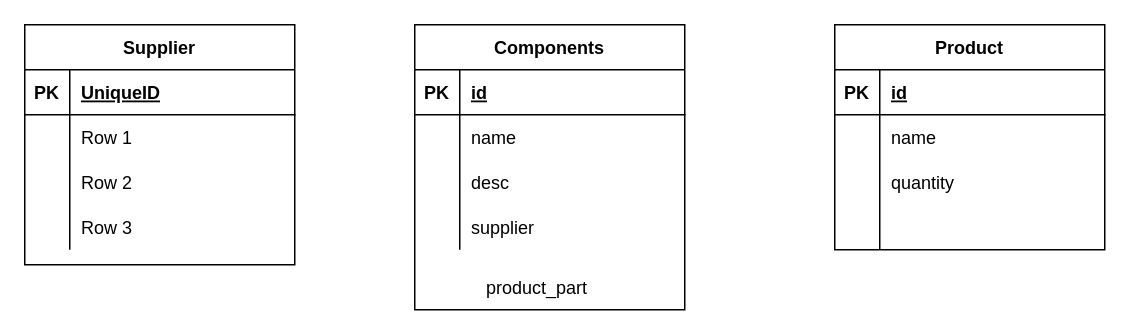
Before: Untitled Diagram.drawio in charliehb1/uniSomething, a draw.io diagram. Source tidied: cells renumbered, new cells numbered last; positions are measured from the earlier drawing's top-left corner, leaving out a move shared by most shapes. Both pictures are drawn from the tidied source at 150%, with x=0, y=0 at pixel (24, 24).
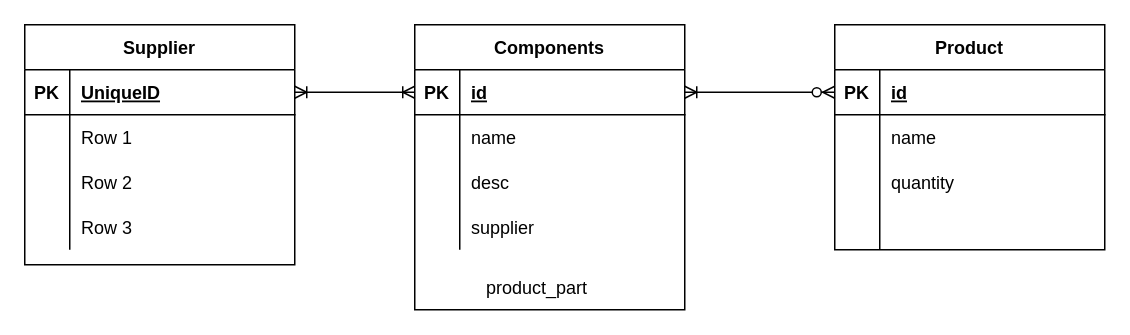
The same page after the edit.

The change refers to these unchanged cells:
```xml
<mxCell id="3" style="shape=partialRectangle;fillColor=none;top=0;left=0;bottom=1;right=0;points=[[0,0.5],[1,0.5]];portConstraint=eastwest;" parent="2" vertex="1">
  <mxGeometry y="30" width="180" height="30" as="geometry" />
</mxCell>
<mxCell id="17" style="shape=partialRectangle;fillColor=none;top=0;left=0;bottom=1;right=0;points=[[0,0.5],[1,0.5]];portConstraint=eastwest;" parent="16" vertex="1">
  <mxGeometry y="30" width="180" height="30" as="geometry" />
</mxCell>
<mxCell id="30" style="shape=partialRectangle;fillColor=none;top=0;left=0;bottom=1;right=0;points=[[0,0.5],[1,0.5]];portConstraint=eastwest;" parent="29" vertex="1">
  <mxGeometry y="30" width="180" height="30" as="geometry" />
</mxCell>
```

What changed in the source:
```diff
@@
+    <mxCell id="42" style="edgeStyle=entityRelationEdgeStyle;fontSize=12;html=1;endArrow=ERoneToMany;startArrow=ERzeroToMany;exitX=0;exitY=0.5;exitDx=0;exitDy=0;" parent="1" edge="1" source="30" target="3">
+      <mxGeometry relative="1" as="geometry" />
+    </mxCell>
+    <mxCell id="43" style="edgeStyle=entityRelationEdgeStyle;fontSize=12;html=1;endArrow=ERoneToMany;startArrow=ERoneToMany;entryX=0;entryY=0.5;entryDx=0;entryDy=0;" parent="1" edge="1" source="17" target="3">
+      <mxGeometry relative="1" as="geometry" />
+    </mxCell>
```
